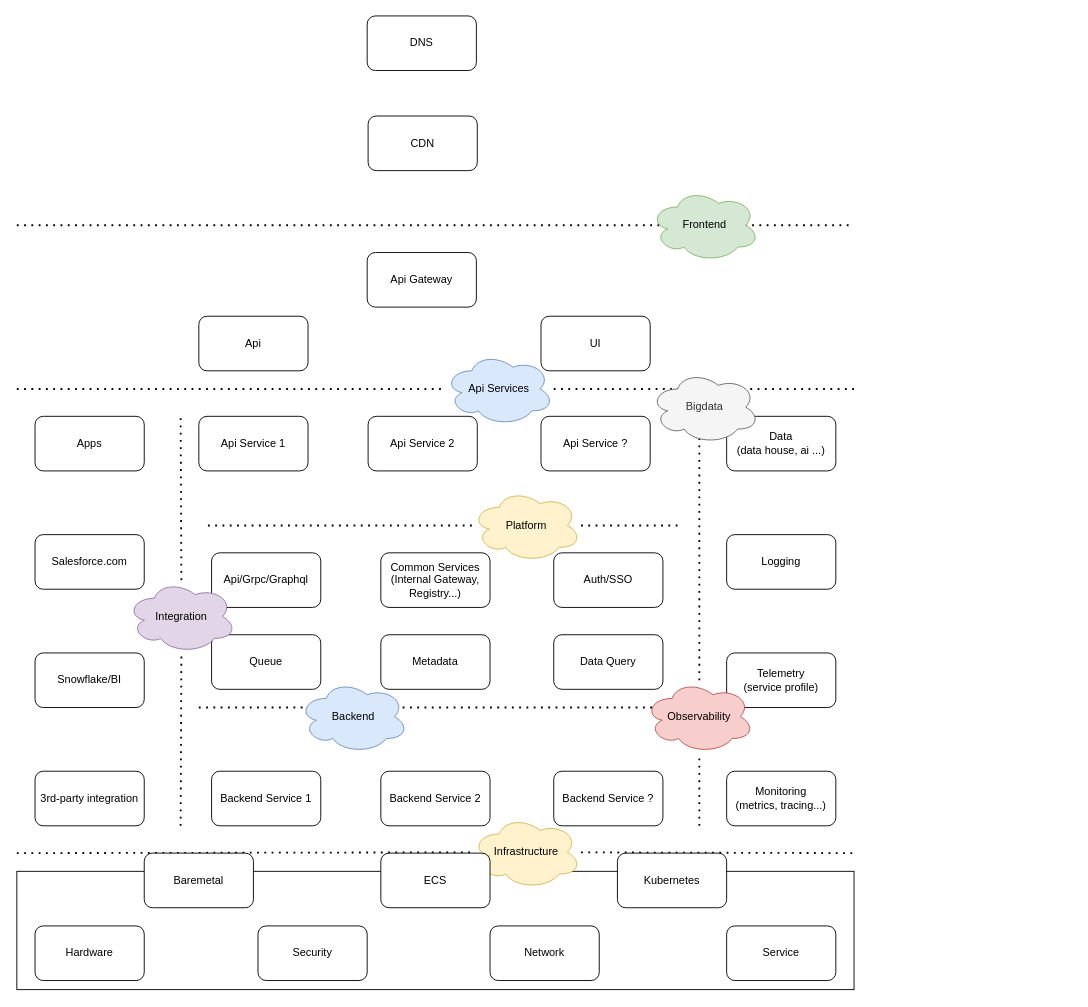
The draw.io diagram gitlab_backup.drawio in jiangtao7/draw.io, before the edit. Source tidied: cells renumbered, new cells numbered last; positions are measured from the earlier drawing's top-left corner, leaving out a move shared by most shapes. Both pictures are drawn from the tidied source at 91%, with x=0, y=0 at pixel (16, 15).
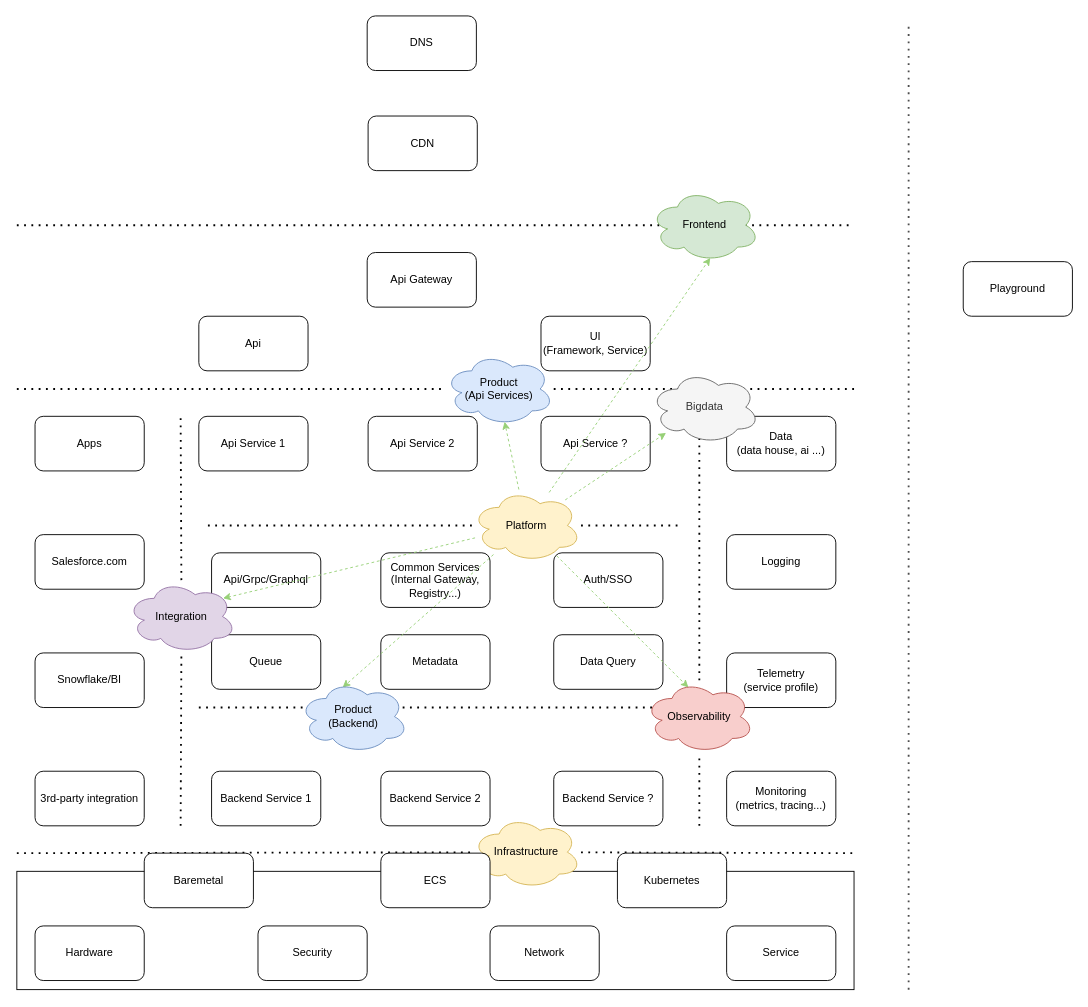
The same diagram, later.

Unchanged cells that the change refers to:
```xml
<mxCell id="39" value="Bigdata" style="ellipse;shape=cloud;whiteSpace=wrap;html=1;fillColor=#f5f5f5;fontColor=#333333;strokeColor=#666666;" parent="1" vertex="1">
  <mxGeometry x="696" y="390" width="120" height="80" as="geometry" />
</mxCell>
<mxCell id="42" value="Platform" style="ellipse;shape=cloud;whiteSpace=wrap;html=1;fillColor=#fff2cc;strokeColor=#d6b656;" parent="1" vertex="1">
  <mxGeometry x="500" y="520" width="120" height="80" as="geometry" />
</mxCell>
<mxCell id="44" value="Observability" style="ellipse;shape=cloud;whiteSpace=wrap;html=1;fillColor=#f8cecc;strokeColor=#b85450;" parent="1" vertex="1">
  <mxGeometry x="690" y="730" width="120" height="80" as="geometry" />
</mxCell>
<mxCell id="46" value="Frontend" style="ellipse;shape=cloud;whiteSpace=wrap;html=1;fillColor=#d5e8d4;strokeColor=#82b366;" parent="1" vertex="1">
  <mxGeometry x="696" y="190" width="120" height="80" as="geometry" />
</mxCell>
<mxCell id="50" value="Integration" style="ellipse;shape=cloud;whiteSpace=wrap;html=1;fillColor=#e1d5e7;strokeColor=#9673a6;" parent="1" vertex="1">
  <mxGeometry x="121" y="620" width="120" height="80" as="geometry" />
</mxCell>
```

Diff of the diagram source:
```diff
@@
-    <mxCell id="34" value="UI" style="rounded=1;whiteSpace=wrap;html=1;" parent="1" vertex="1">
+    <mxCell id="34" value="UI&lt;br&gt;(Framework, Service)" style="rounded=1;whiteSpace=wrap;html=1;" parent="1" vertex="1">
       <mxGeometry x="576" y="330" width="120" height="60" as="geometry" />
     </mxCell>
@@
-    <mxCell id="40" value="Api Services" style="ellipse;shape=cloud;whiteSpace=wrap;html=1;fillColor=#dae8fc;strokeColor=#6c8ebf;" parent="1" vertex="1">
+    <mxCell id="40" value="Product&lt;br&gt;(Api Services)" style="ellipse;shape=cloud;whiteSpace=wrap;html=1;fillColor=#dae8fc;strokeColor=#6c8ebf;" parent="1" vertex="1">
       <mxGeometry x="470" y="370" width="120" height="80" as="geometry" />
     </mxCell>
@@
+    <mxCell id="55" style="edgeStyle=none;rounded=0;jettySize=auto;html=1;entryX=0.55;entryY=0.95;entryDx=0;entryDy=0;entryPerimeter=0;dashed=1;strokeColor=#97D077;" parent="1" edge="1" source="42" target="46">
+      <mxGeometry relative="1" as="geometry" />
+    </mxCell>
+    <mxCell id="56" style="edgeStyle=none;rounded=0;jettySize=auto;html=1;entryX=0.4;entryY=0.1;entryDx=0;entryDy=0;entryPerimeter=0;dashed=1;strokeColor=#97D077;" parent="1" edge="1" source="42" target="47">
+      <mxGeometry relative="1" as="geometry" />
+    </mxCell>
+    <mxCell id="57" style="edgeStyle=none;rounded=0;jettySize=auto;html=1;entryX=0.4;entryY=0.1;entryDx=0;entryDy=0;entryPerimeter=0;dashed=1;strokeColor=#97D077;" parent="1" edge="1" source="42" target="44">
+      <mxGeometry relative="1" as="geometry" />
+    </mxCell>
+    <mxCell id="58" style="edgeStyle=none;rounded=0;jettySize=auto;html=1;entryX=0.88;entryY=0.25;entryDx=0;entryDy=0;entryPerimeter=0;dashed=1;strokeColor=#97D077;" parent="1" edge="1" source="42" target="50">
+      <mxGeometry relative="1" as="geometry" />
+    </mxCell>
+    <mxCell id="59" style="edgeStyle=none;rounded=0;jettySize=auto;html=1;entryX=0.55;entryY=0.95;entryDx=0;entryDy=0;entryPerimeter=0;dashed=1;strokeColor=#97D077;" parent="1" edge="1" source="42" target="40">
+      <mxGeometry relative="1" as="geometry" />
+    </mxCell>
+    <mxCell id="60" style="edgeStyle=none;rounded=0;jettySize=auto;html=1;dashed=1;strokeColor=#97D077;" parent="1" edge="1" source="42" target="39">
+      <mxGeometry relative="1" as="geometry" />
+    </mxCell>
@@
-    <mxCell id="47" value="Backend" style="ellipse;shape=cloud;whiteSpace=wrap;html=1;fillColor=#dae8fc;strokeColor=#6c8ebf;" parent="1" vertex="1">
+    <mxCell id="47" value="Product &lt;br&gt;(Backend)" style="ellipse;shape=cloud;whiteSpace=wrap;html=1;fillColor=#dae8fc;strokeColor=#6c8ebf;" parent="1" vertex="1">
       <mxGeometry x="310" y="730" width="120" height="80" as="geometry" />
     </mxCell>
@@
+    <mxCell id="61" style="endArrow=none;dashed=1;html=1;dashPattern=1 3;strokeWidth=2;rounded=0;strokeColor=#4D4D4D;" parent="1" edge="1">
+      <mxGeometry relative="1" as="geometry">
+        <mxPoint x="980" y="1070" as="sourcePoint" />
+        <mxPoint x="980" y="10" as="targetPoint" />
+      </mxGeometry>
+    </mxCell>
+    <mxCell id="62" value="Playground" style="rounded=1;whiteSpace=wrap;html=1;" parent="1" vertex="1">
+      <mxGeometry x="1040" y="270" width="120" height="60" as="geometry" />
+    </mxCell>
```
